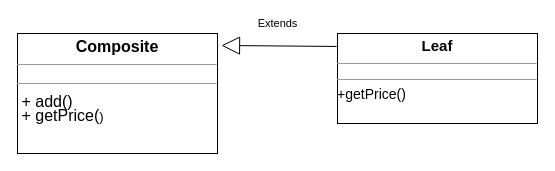
This is structural/composite/composite.drawio from MaksShadows/Patterns, a draw.io file, before an edit. Source tidied: cells renumbered, new cells numbered last; positions are measured from the earlier drawing's top-left corner, leaving out a move shared by most shapes. Both pictures are drawn from the tidied source at 100%, with x=0, y=0 at pixel (17, 33).
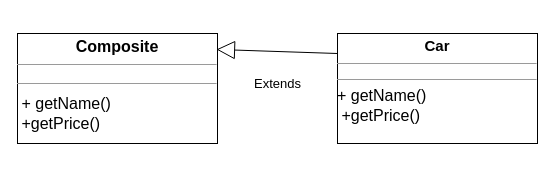
The same diagram, later.

Diff of the diagram source:
```diff
@@
 <mxGraphModel>
   <root>
     <mxCell id="0" />
     <mxCell id="1" parent="0" />
-    <mxCell id="2" value="&lt;p style=&quot;margin: 4px 0px 0px ; text-align: center ; font-size: 15px&quot;&gt;&lt;b&gt;&lt;font style=&quot;font-size: 15px&quot;&gt;Leaf&lt;/font&gt;&lt;/b&gt;&lt;/p&gt;&lt;hr size=&quot;1&quot; style=&quot;font-size: 15px&quot;&gt;&lt;div style=&quot;height: 2px&quot;&gt;&lt;/div&gt;&lt;hr size=&quot;1&quot;&gt;&lt;div style=&quot;height: 2px&quot;&gt;&lt;font style=&quot;font-size: 14px&quot;&gt;+getPrice()&lt;/font&gt;&lt;/div&gt;" style="verticalAlign=top;align=left;overflow=fill;fontSize=12;fontFamily=Helvetica;html=1;" parent="1" vertex="1">
-      <mxGeometry x="320" width="200" height="90" as="geometry" />
+    <mxCell id="2" value="&lt;p style=&quot;margin: 4px 0px 0px ; text-align: center ; font-size: 15px&quot;&gt;&lt;b&gt;Car&lt;/b&gt;&lt;/p&gt;&lt;hr size=&quot;1&quot; style=&quot;font-size: 15px&quot;&gt;&lt;div style=&quot;height: 2px&quot;&gt;&lt;/div&gt;&lt;hr size=&quot;1&quot;&gt;&lt;div style=&quot;height: 2px&quot;&gt;&lt;div style=&quot;height: 2px ; font-size: 16px&quot;&gt;+ getName()&lt;/div&gt;&lt;div style=&quot;height: 2px ; font-size: 16px&quot;&gt;&lt;br&gt;&lt;/div&gt;&lt;div style=&quot;height: 2px ; font-size: 16px&quot;&gt;&lt;br&gt;&lt;/div&gt;&lt;div style=&quot;height: 2px ; font-size: 16px&quot;&gt;&lt;br&gt;&lt;/div&gt;&lt;div style=&quot;height: 2px ; font-size: 16px&quot;&gt;&lt;br&gt;&lt;/div&gt;&lt;div style=&quot;height: 2px ; font-size: 16px&quot;&gt;&lt;br&gt;&lt;/div&gt;&lt;div style=&quot;height: 2px ; font-size: 16px&quot;&gt;&lt;br&gt;&lt;/div&gt;&lt;div style=&quot;height: 2px ; font-size: 16px&quot;&gt;&lt;br&gt;&lt;/div&gt;&lt;div style=&quot;height: 2px ; font-size: 16px&quot;&gt;&lt;br&gt;&lt;/div&gt;&lt;div style=&quot;height: 2px ; font-size: 16px&quot;&gt;&lt;br&gt;&lt;/div&gt;&lt;div style=&quot;height: 2px ; font-size: 16px&quot;&gt;&amp;nbsp;+getPrice()&lt;/div&gt;&lt;/div&gt;" style="verticalAlign=top;align=left;overflow=fill;fontSize=12;fontFamily=Helvetica;html=1;" parent="1" vertex="1">
+      <mxGeometry x="320" width="200" height="110" as="geometry" />
     </mxCell>
-    <mxCell id="3" value="&lt;p style=&quot;margin: 4px 0px 0px ; text-align: center ; font-size: 16px&quot;&gt;&lt;b&gt;&lt;font style=&quot;font-size: 16px&quot;&gt;Composite&lt;/font&gt;&lt;/b&gt;&lt;/p&gt;&lt;hr size=&quot;1&quot; style=&quot;font-size: 16px&quot;&gt;&lt;div style=&quot;height: 2px ; font-size: 16px&quot;&gt;&lt;/div&gt;&lt;hr size=&quot;1&quot; style=&quot;font-size: 16px&quot;&gt;&lt;div style=&quot;height: 2px ; font-size: 16px&quot;&gt;&lt;font style=&quot;font-size: 16px&quot;&gt;&amp;nbsp;+ add()&lt;/font&gt;&lt;/div&gt;&lt;div style=&quot;height: 2px ; font-size: 16px&quot;&gt;&lt;font style=&quot;font-size: 16px&quot;&gt;&lt;br&gt;&lt;/font&gt;&lt;/div&gt;&lt;div style=&quot;height: 2px ; font-size: 16px&quot;&gt;&lt;font style=&quot;font-size: 16px&quot;&gt;&lt;br&gt;&lt;/font&gt;&lt;/div&gt;&lt;div style=&quot;height: 2px ; font-size: 16px&quot;&gt;&lt;font style=&quot;font-size: 16px&quot;&gt;&lt;br&gt;&lt;/font&gt;&lt;/div&gt;&lt;div style=&quot;height: 2px ; font-size: 16px&quot;&gt;&lt;font style=&quot;font-size: 16px&quot;&gt;&lt;br&gt;&lt;/font&gt;&lt;/div&gt;&lt;div style=&quot;height: 2px ; font-size: 16px&quot;&gt;&lt;font style=&quot;font-size: 16px&quot;&gt;&lt;br&gt;&lt;/font&gt;&lt;/div&gt;&lt;div style=&quot;height: 2px ; font-size: 16px&quot;&gt;&lt;font style=&quot;font-size: 16px&quot;&gt;&lt;br&gt;&lt;/font&gt;&lt;/div&gt;&lt;div style=&quot;height: 2px ; font-size: 16px&quot;&gt;&lt;font style=&quot;font-size: 16px&quot;&gt;&amp;nbsp;+ getPrice(&lt;/font&gt;&lt;span style=&quot;font-size: 13px&quot;&gt;)&lt;/span&gt;&lt;/div&gt;" style="verticalAlign=top;align=left;overflow=fill;fontSize=12;fontFamily=Helvetica;html=1;" parent="1" vertex="1">
-      <mxGeometry width="200" height="120" as="geometry" />
+    <mxCell id="3" value="&lt;p style=&quot;margin: 4px 0px 0px ; text-align: center ; font-size: 16px&quot;&gt;&lt;b&gt;&lt;font style=&quot;font-size: 16px&quot;&gt;Composite&lt;/font&gt;&lt;/b&gt;&lt;/p&gt;&lt;hr size=&quot;1&quot; style=&quot;font-size: 16px&quot;&gt;&lt;div style=&quot;height: 2px ; font-size: 16px&quot;&gt;&lt;/div&gt;&lt;hr size=&quot;1&quot; style=&quot;font-size: 16px&quot;&gt;&lt;div style=&quot;height: 2px ; font-size: 16px&quot;&gt;&lt;br&gt;&lt;/div&gt;&lt;div style=&quot;height: 2px ; font-size: 16px&quot;&gt;&lt;font style=&quot;font-size: 16px&quot;&gt;&amp;nbsp;+ getName()&lt;/font&gt;&lt;/div&gt;&lt;div style=&quot;height: 2px ; font-size: 16px&quot;&gt;&lt;font style=&quot;font-size: 16px&quot;&gt;&lt;br&gt;&lt;/font&gt;&lt;/div&gt;&lt;div style=&quot;height: 2px ; font-size: 16px&quot;&gt;&lt;font style=&quot;font-size: 16px&quot;&gt;&lt;br&gt;&lt;/font&gt;&lt;/div&gt;&lt;div style=&quot;height: 2px ; font-size: 16px&quot;&gt;&lt;font style=&quot;font-size: 16px&quot;&gt;&lt;br&gt;&lt;/font&gt;&lt;/div&gt;&lt;div style=&quot;height: 2px ; font-size: 16px&quot;&gt;&lt;font style=&quot;font-size: 16px&quot;&gt;&lt;br&gt;&lt;/font&gt;&lt;/div&gt;&lt;div style=&quot;height: 2px ; font-size: 16px&quot;&gt;&lt;font style=&quot;font-size: 16px&quot;&gt;&lt;br&gt;&lt;/font&gt;&lt;/div&gt;&lt;div style=&quot;height: 2px ; font-size: 16px&quot;&gt;&lt;font style=&quot;font-size: 16px&quot;&gt;&lt;br&gt;&lt;/font&gt;&lt;/div&gt;&lt;div style=&quot;height: 2px ; font-size: 16px&quot;&gt;&lt;font style=&quot;font-size: 16px&quot;&gt;&lt;br&gt;&lt;/font&gt;&lt;/div&gt;&lt;div style=&quot;height: 2px ; font-size: 16px&quot;&gt;&lt;font style=&quot;font-size: 16px&quot;&gt;&lt;br&gt;&lt;/font&gt;&lt;/div&gt;&lt;div style=&quot;height: 2px ; font-size: 16px&quot;&gt;&lt;font style=&quot;font-size: 16px&quot;&gt;&lt;br&gt;&lt;/font&gt;&lt;/div&gt;&lt;div style=&quot;height: 2px ; font-size: 16px&quot;&gt;&lt;font style=&quot;font-size: 16px&quot;&gt;&amp;nbsp;+getPrice()&lt;/font&gt;&lt;/div&gt;" style="verticalAlign=top;align=left;overflow=fill;fontSize=12;fontFamily=Helvetica;html=1;" parent="1" vertex="1">
+      <mxGeometry width="200" height="110" as="geometry" />
     </mxCell>
-    <mxCell id="4" value="Extends" style="endArrow=block;endSize=16;endFill=0;html=1;entryX=1.02;entryY=0.1;entryDx=0;entryDy=0;exitX=-0.005;exitY=0.144;exitDx=0;exitDy=0;exitPerimeter=0;entryPerimeter=0;" parent="1" edge="1" source="2" target="3">
-      <mxGeometry x="0.03" y="-22" relative="1" as="geometry" />
+    <mxCell id="4" value="&lt;font style=&quot;font-size: 13px&quot;&gt;Extends&lt;/font&gt;" style="endArrow=block;endSize=16;endFill=0;html=1;entryX=0.995;entryY=0.145;entryDx=0;entryDy=0;entryPerimeter=0;" parent="1" edge="1" target="3">
+      <mxGeometry x="-0.03" y="32" relative="1" as="geometry">
+        <mxPoint x="320" y="20" as="sourcePoint" />
+      </mxGeometry>
     </mxCell>
   </root>
 </mxGraphModel>
```
